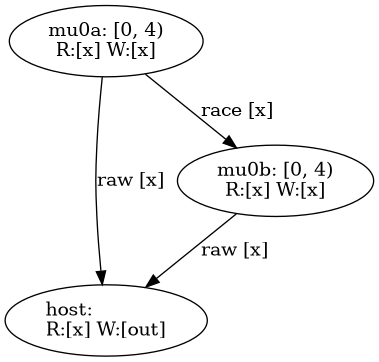
Above: out/parallel_carry.png in Servyi-Agent/pypto-symir (Graphviz), before the change. Its source is kept beside it as out/parallel_carry.dot.
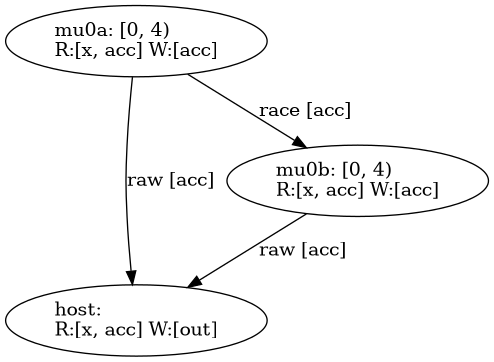
After the change.

The edit, as a diff of the source:
```diff
@@ -1,8 +1,8 @@
 digraph {
-    0 [ label = "host:\lR:[x] W:[out]" ]
-    1 [ label = "mu0a: [0, 4)\lR:[x] W:[x]" ]
-    2 [ label = "mu0b: [0, 4)\lR:[x] W:[x]" ]
-    1 -> 2 [ label = "race [x]" ]
-    1 -> 0 [ label = "raw [x]" ]
-    2 -> 0 [ label = "raw [x]" ]
+    0 [ label = "host:\lR:[x, acc] W:[out]" ]
+    1 [ label = "mu0a: [0, 4)\lR:[x, acc] W:[acc]" ]
+    2 [ label = "mu0b: [0, 4)\lR:[x, acc] W:[acc]" ]
+    1 -> 2 [ label = "race [acc]" ]
+    1 -> 0 [ label = "raw [acc]" ]
+    2 -> 0 [ label = "raw [acc]" ]
 }
```
